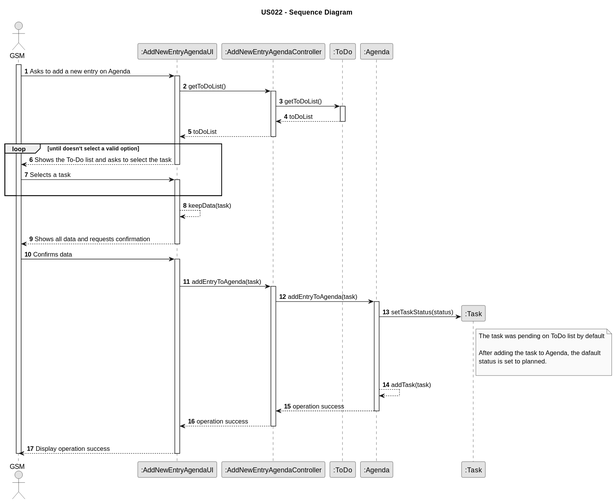
Before: docs/sprintC/us022/03.design/svg/us022-sequence-diagram.svg, a diagram exported from PlantUML (Rui-San/LAPR2_2023_2024).
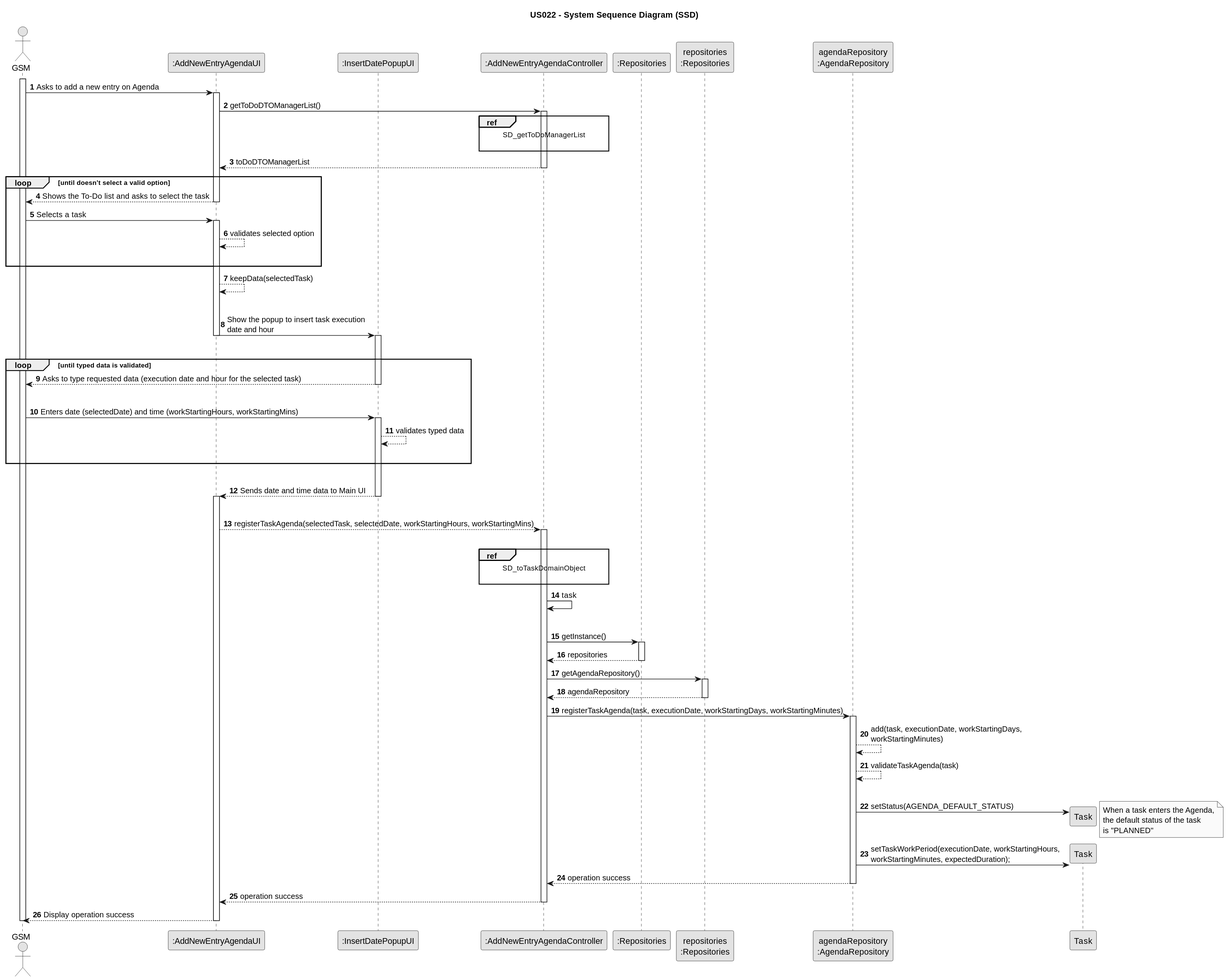
Later version of the same file.

What changed in the source:
```diff
@@ -3,93 +3,133 @@
 skinparam packageStyle rectangle
 skinparam shadowing false
 
-title US022 - Sequence Diagram
+title US022 - System Sequence Diagram (SSD)
 
 autonumber
 
 actor "GSM" as GSM
 participant ":AddNewEntryAgendaUI" as UI
+participant ":InsertDatePopupUI" as Popup
 participant ":AddNewEntryAgendaController" as CTRL
-participant ":ToDo" as ToDo
-participant ":Agenda" as Agenda
-participant ":Task" as Task
+participant ":Repositories" as REPO
+participant "repositories\n:Repositories" as REPOInstance
+participant "agendaRepository\n:AgendaRepository" as AgendaRepository
+
 
 activate GSM
 
     GSM -> UI : Asks to add a new entry on Agenda
+
     activate UI
 
-        UI -> CTRL : getToDoList()
+
+    UI -> CTRL : getToDoDTOManagerList()
+
     activate CTRL
 
-        CTRL -> ToDo : getToDoList()
-        activate ToDo
+    ref over CTRL
+    SD_getToDoManagerList
 
-            ToDo --> CTRL : toDoList
-        deactivate ToDo
+    end ref
 
-        CTRL --> UI : toDoList
+    CTRL --> UI : toDoDTOManagerList
     deactivate CTRL
 
         loop until doesn't select a valid option
         UI --> GSM : Shows the To-Do list and asks to select the task
-    deactivate UI
-
-    GSM -> UI : Selects a task
-    activate UI
-        |||
-        end
-
-        UI --> UI : keepData(task)
-        |||
-
-        UI --> GSM : Shows all data and requests confirmation
-    deactivate UI
-
-    GSM -> UI: Confirms data
-
-    activate UI
-        |||
-        UI -> CTRL : addEntryToAgenda(task)
-
-        activate CTRL
-
-            CTRL -> Agenda : addEntryToAgenda(task)
-
-            activate Agenda
-
-                Agenda -> Task** : setTaskStatus(status)
-
-                note right of Task
-                    The task was pending on ToDo list by default
-
-                    After adding the task to Agenda, the dafault
-                    status is set to planned.
-
-                end note
-
-                Agenda --> Agenda : addTask(task)
-                Agenda --> CTRL : operation success
-
-
-
-            deactivate Agenda
-
-
-
-            CTRL --> UI : operation success
-        deactivate CTRL
-
-        |||
-        UI --> GSM : Display operation success
 
 
     deactivate UI
 
 
+    GSM -> UI : Selects a task
+    activate UI
+    UI --> UI : validates selected option
+        |||
+        end
+
+        UI --> UI : keepData(selectedTask)
+        |||
+
+        UI -> Popup : Show the popup to insert task execution\ndate and hour
+        deactivate UI
+        |||
+        activate Popup
+
+        loop until typed data is validated
+
+        Popup --> GSM : Asks to type requested data (execution date and hour for the selected task)
+        deactivate Popup
+
+    deactivate UI
+    |||
+    GSM -> Popup: Enters date (selectedDate) and time (workStartingHours, workStartingMins)
+    activate Popup
+
+    Popup --> Popup : validates typed data
+    |||
+    end loop
+    |||
+
+        Popup --> UI: Sends date and time data to Main UI
+    deactivate Popup
+
+    activate UI
+        |||
+        UI --> CTRL : registerTaskAgenda(selectedTask, selectedDate, workStartingHours, workStartingMins)
+        |||
+
+        activate CTRL
+
+        ref over CTRL
+        SD_toTaskDomainObject
+
+        end ref
+
+        CTRL -> CTRL : task
+        |||
+
+        CTRL -> REPO : getInstance()
+                    activate REPO
+
+                        REPO --> CTRL : repositories
+                    deactivate REPO
+                    CTRL -> REPOInstance: getAgendaRepository()
+
+                    activate REPOInstance
+
+                        REPOInstance --> CTRL : agendaRepository
+                    deactivate REPOInstance
+
+                CTRL -> AgendaRepository : registerTaskAgenda(task, executionDate, workStartingDays, workStartingMinutes)
+                activate AgendaRepository
+
+                AgendaRepository --> AgendaRepository : add(task, executionDate, workStartingDays,\nworkStartingMinutes)
+
+                AgendaRepository --> AgendaRepository : validateTaskAgenda(task)
+
+                |||
+                AgendaRepository -> Task** : setStatus(AGENDA_DEFAULT_STATUS)
+
+                note right
+                                When a task enters the Agenda,
+                                the default status of the task
+                                is "PLANNED"
+                                             end note
+
+                AgendaRepository -> Task** : setTaskWorkPeriod(executionDate, workStartingHours,\nworkStartingMinutes, expectedDuration);
 
 
 
+                AgendaRepository --> CTRL : operation success
+                deactivate AgendaRepository
+
+                CTRL --> UI : operation success
+                deactivate CTRL
+
+
+        UI --> GSM : Display operation success
+    deactivate UI
 
 deactivate GSM
 @enduml
```
